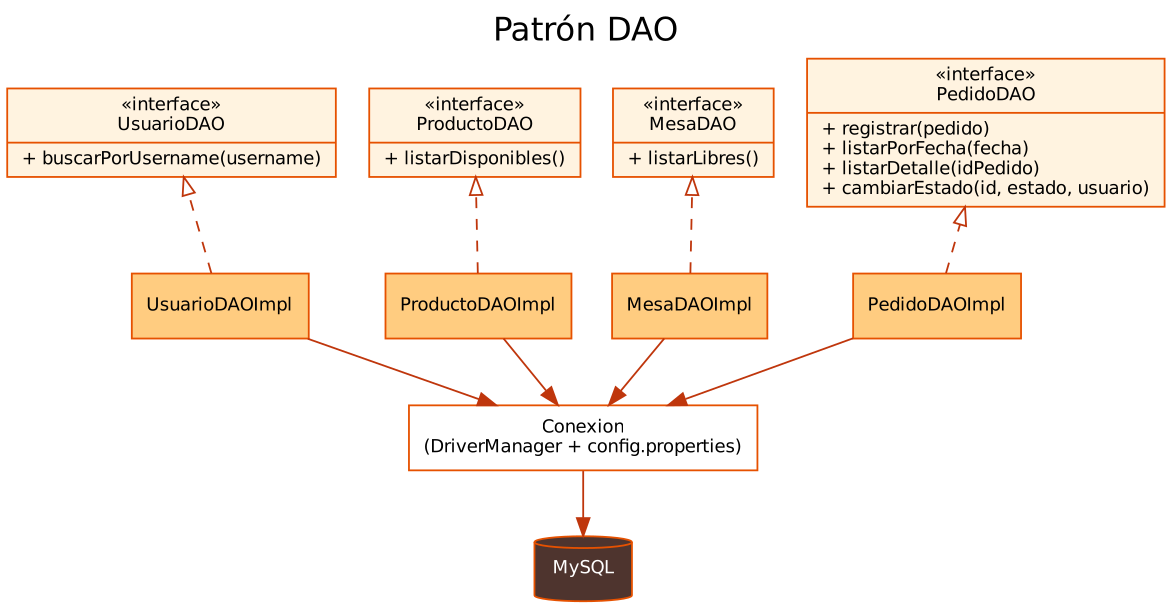
Earlier version of the Graphviz export docs/diagramas/dao.png (tonylee-ops/don-caffeto-apf3). Its source is kept beside it as docs/diagramas/dao.dot.
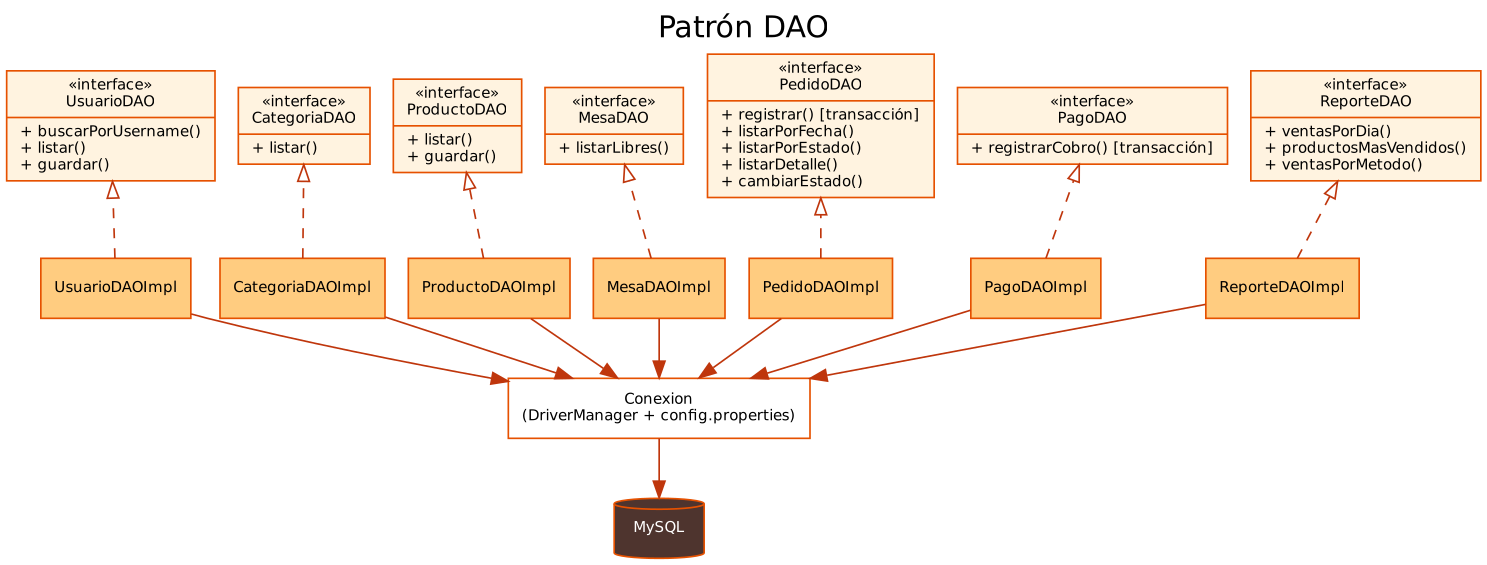
The same diagram one commit later.

Diff of the diagram source:
```diff
@@ -1,16 +1,20 @@
 digraph DAO {
-  rankdir=BT; fontname="Helvetica"; label="Patrón DAO"; labelloc=t; fontsize=18;
-  node [shape=record, style=filled, fillcolor="#FFF3E0", color="#E65100", fontname="Helvetica", fontsize=10];
+  rankdir=BT; fontname="Helvetica"; label="Patrón DAO"; labelloc=t; fontsize=18; nodesep=0.2;
+  node [shape=record, style=filled, fillcolor="#FFF3E0", color="#E65100", fontname="Helvetica", fontsize=9];
   edge [color="#BF360C", arrowhead=onormal, style=dashed];
-  U [label="{«interface»\nUsuarioDAO|+ buscarPorUsername(username)\l}"];
-  P [label="{«interface»\nProductoDAO|+ listarDisponibles()\l}"];
+  U [label="{«interface»\nUsuarioDAO|+ buscarPorUsername()\l+ listar()\l+ guardar()\l}"];
+  C [label="{«interface»\nCategoriaDAO|+ listar()\l}"];
+  P [label="{«interface»\nProductoDAO|+ listar()\l+ guardar()\l}"];
   M [label="{«interface»\nMesaDAO|+ listarLibres()\l}"];
-  D [label="{«interface»\nPedidoDAO|+ registrar(pedido)\l+ listarPorFecha(fecha)\l+ listarDetalle(idPedido)\l+ cambiarEstado(id, estado, usuario)\l}"];
-  UI [label="UsuarioDAOImpl", fillcolor="#FFCC80"]; PI [label="ProductoDAOImpl", fillcolor="#FFCC80"];
-  MI [label="MesaDAOImpl", fillcolor="#FFCC80"]; DI [label="PedidoDAOImpl", fillcolor="#FFCC80"];
-  UI -> U; PI -> P; MI -> M; DI -> D;
-  C [label="Conexion\n(DriverManager + config.properties)", fillcolor="#FFFFFF"];
-  BD [shape=cylinder, style=filled, fillcolor="#4E342E", fontcolor=white, label="MySQL"];
+  D [label="{«interface»\nPedidoDAO|+ registrar()  [transacción]\l+ listarPorFecha()\l+ listarPorEstado()\l+ listarDetalle()\l+ cambiarEstado()\l}"];
+  G [label="{«interface»\nPagoDAO|+ registrarCobro()  [transacción]\l}"];
+  R [label="{«interface»\nReporteDAO|+ ventasPorDia()\l+ productosMasVendidos()\l+ ventasPorMetodo()\l}"];
+  node [shape=box, fillcolor="#FFCC80"];
+  UI [label="UsuarioDAOImpl"]; CI [label="CategoriaDAOImpl"]; PI [label="ProductoDAOImpl"]; MI [label="MesaDAOImpl"];
+  DI [label="PedidoDAOImpl"]; GI [label="PagoDAOImpl"]; RI [label="ReporteDAOImpl"];
+  UI -> U; CI -> C; PI -> P; MI -> M; DI -> D; GI -> G; RI -> R;
+  X [label="Conexion\n(DriverManager + config.properties)", fillcolor="#FFFFFF"];
+  BD [shape=cylinder, fillcolor="#4E342E", fontcolor=white, label="MySQL"];
   edge [style=solid, arrowhead=vee, dir=back];
-  C -> UI; C -> PI; C -> MI; C -> DI; BD -> C;
+  X -> UI; X -> CI; X -> PI; X -> MI; X -> DI; X -> GI; X -> RI; BD -> X;
 }
```
